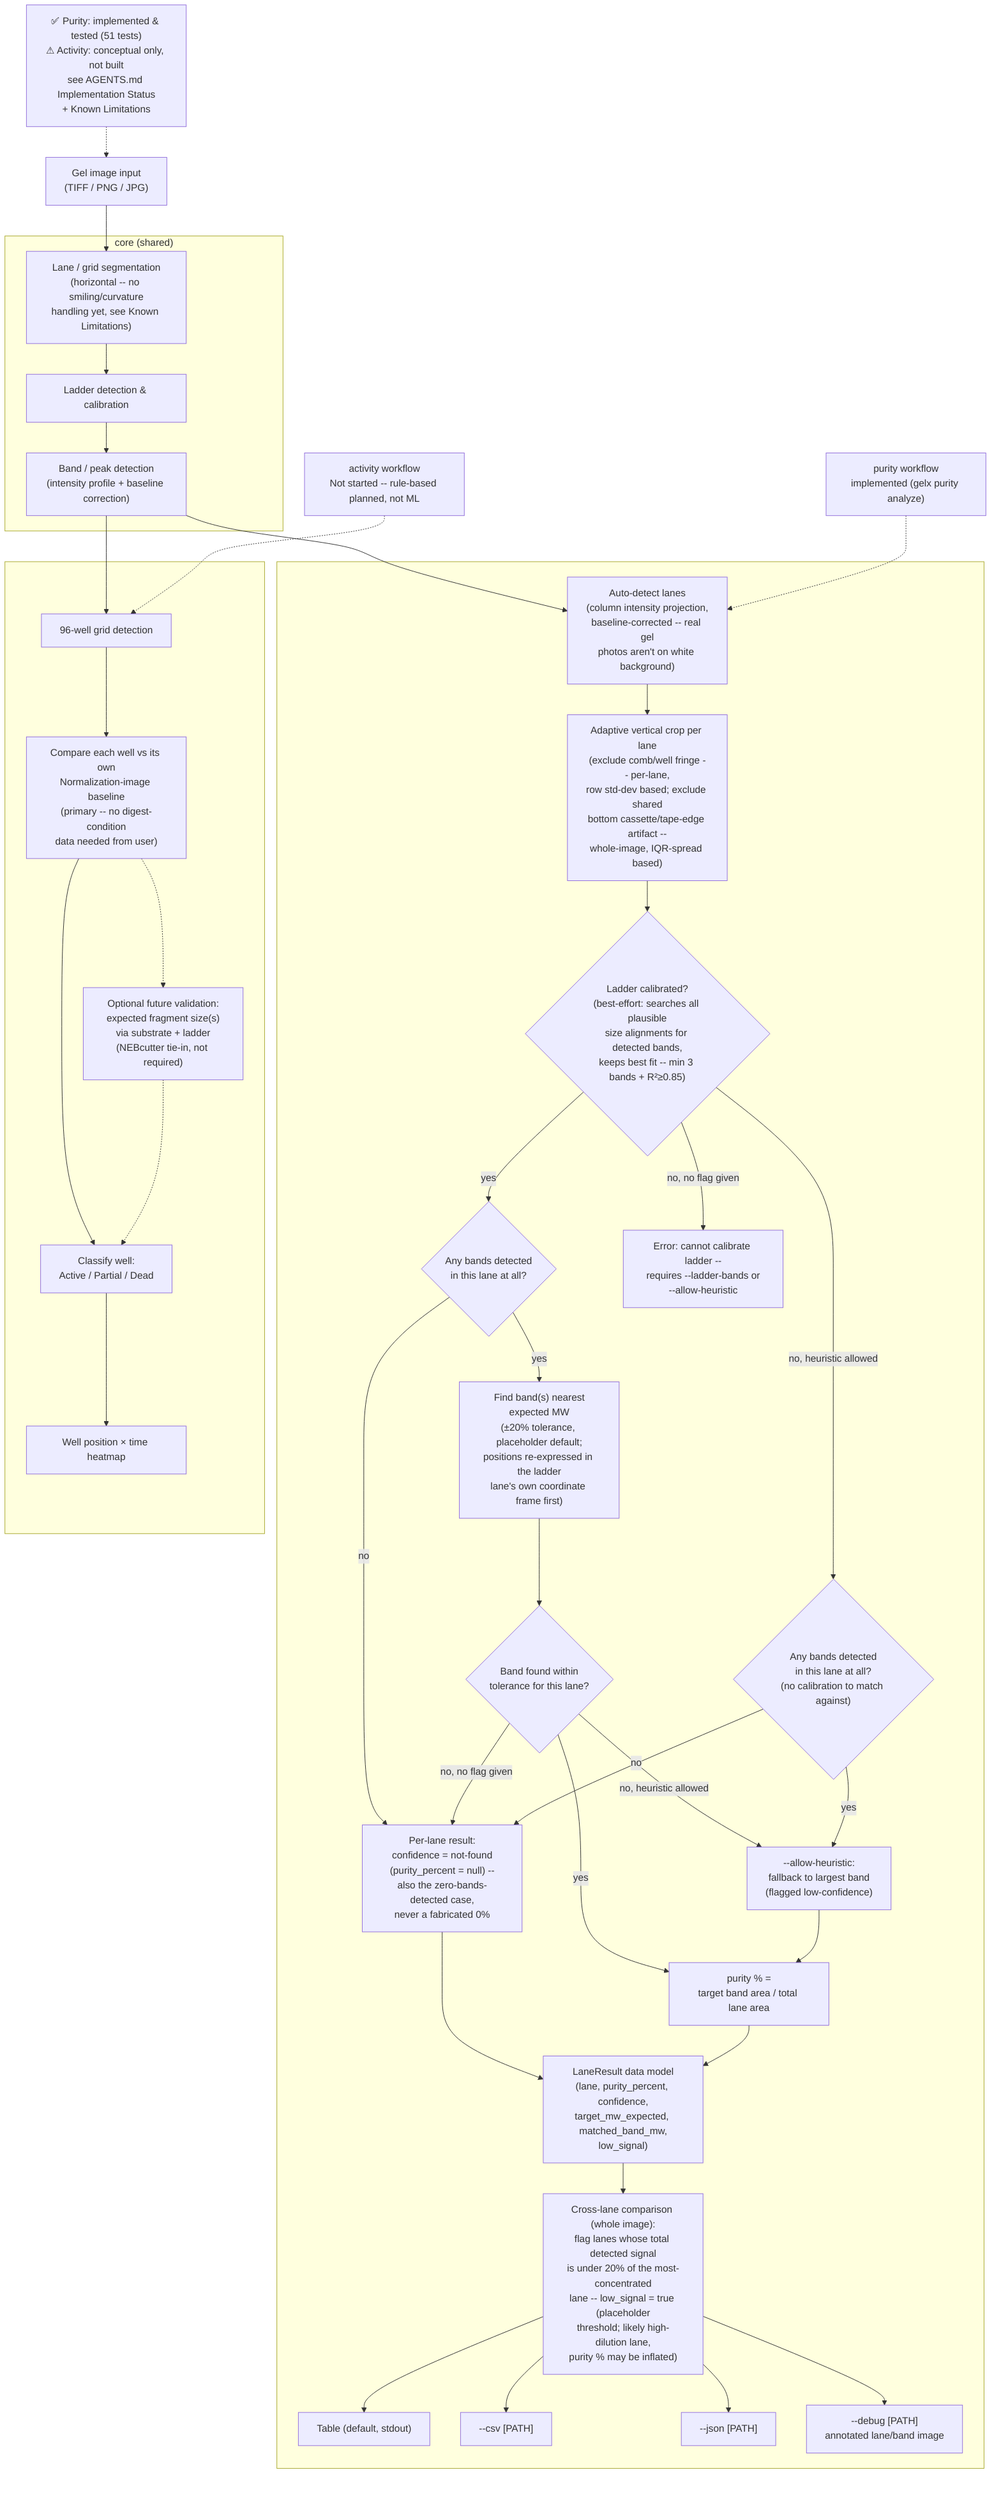
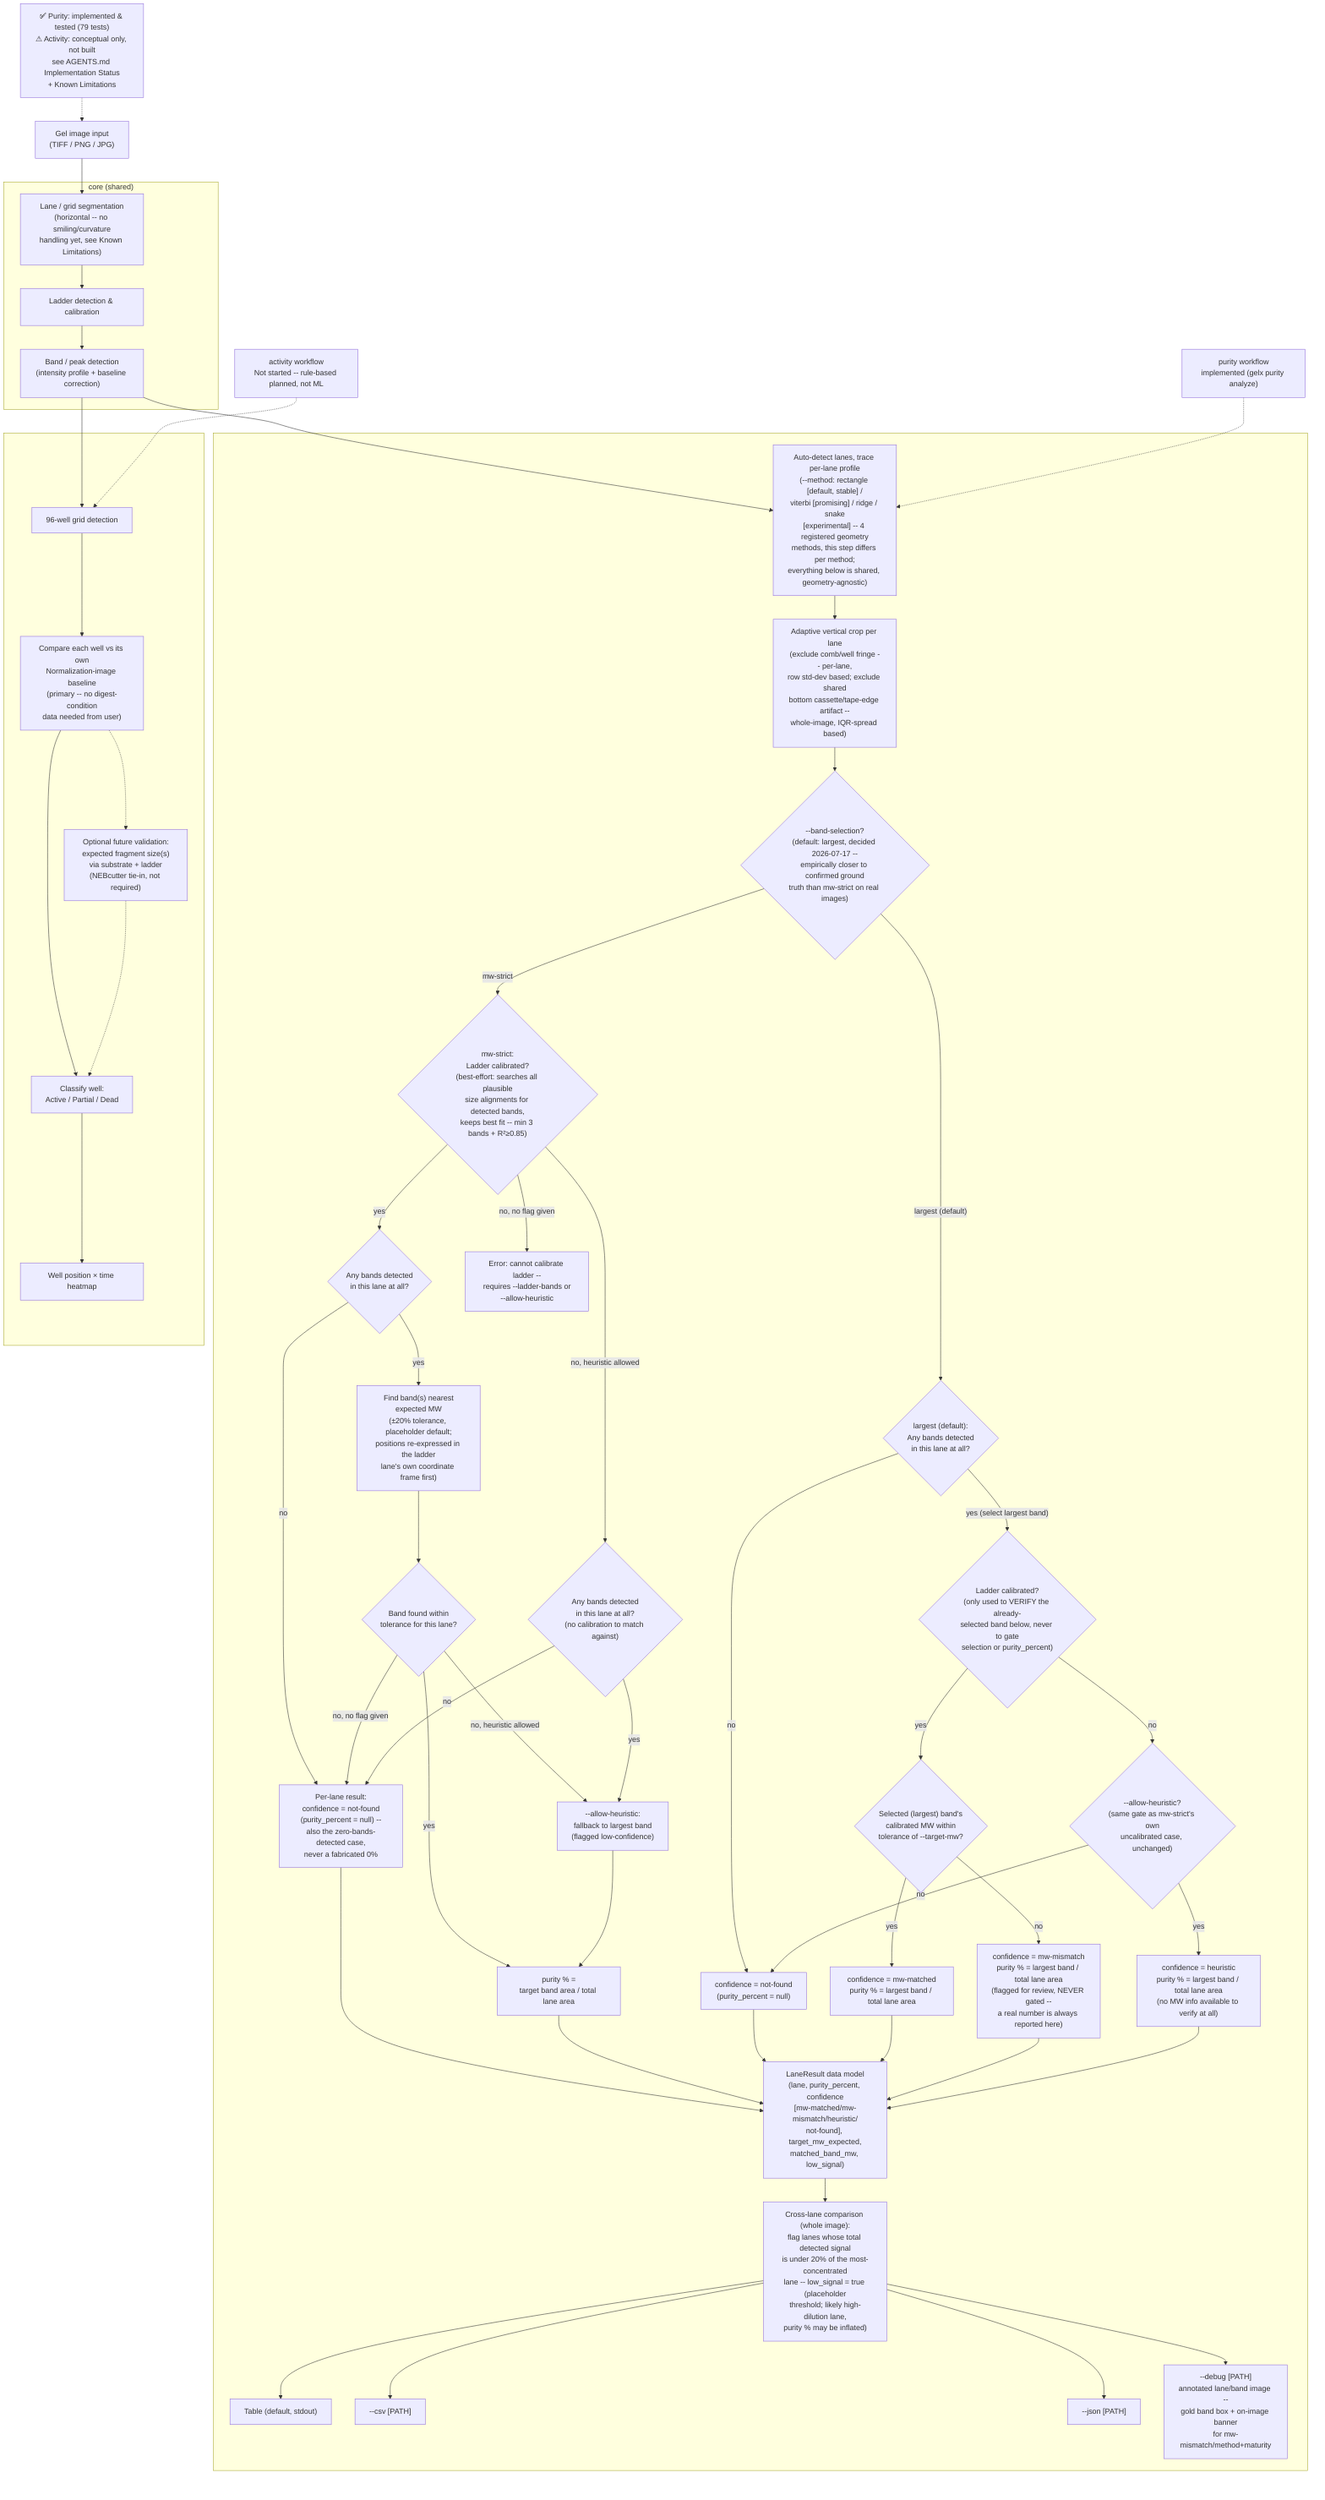
%% program-flow.mmd
%% NOTE: Reflects the purity workflow as actually implemented and tested
- %% (src/gel_extractor/, 51 tests passing) plus the activity workflow's
+ %% (src/gel_extractor/, 79 tests passing) plus the activity workflow's
%% still-conceptual design (see AGENTS.md "Design Decisions" and
%% "Implementation Status"). Not a full class/sequence diagram -- still a
%% data-flow sketch, just one grounded in working code on the purity side.
+ %% Lane-geometry method internals (rectangle/viterbi/ridge/snake) are
+ %% deliberately not drawn per-method here -- all 4 share the exact same
+ %% band-selection/purity-calc logic below via _analyze_lane_detailed, only
+ %% differing in how "Auto-detect lanes" produces its per-lane profile;
+ %% see AGENTS.md Implementation Status for that per-method detail.

flowchart TD
-     Note["✅ Purity: implemented & tested (51 tests)<br/>⚠ Activity: conceptual only, not built<br/>see AGENTS.md Implementation Status<br/>+ Known Limitations"]
+     Note["✅ Purity: implemented & tested (79 tests)<br/>⚠ Activity: conceptual only, not built<br/>see AGENTS.md Implementation Status<br/>+ Known Limitations"]

    Input["Gel image input<br/>(TIFF / PNG / JPG)"]

    subgraph Core["core (shared)"]
        Seg["Lane / grid segmentation<br/>(horizontal -- no smiling/curvature<br/>handling yet, see Known Limitations)"]
        Ladder["Ladder detection & calibration"]
        BandDet["Band / peak detection<br/>(intensity profile + baseline correction)"]
    end

    PurityLabel["purity workflow<br/>implemented (gelx purity analyze)"]
    subgraph PurityWF[" "]
-         AutoLane["Auto-detect lanes<br/>(column intensity projection,<br/>baseline-corrected -- real gel<br/>photos aren't on white background)"]
+         AutoLane["Auto-detect lanes, trace per-lane profile<br/>(--method: rectangle [default, stable] /<br/>viterbi [promising] / ridge / snake<br/>[experimental] -- 4 registered geometry<br/>methods, this step differs per method;<br/>everything below is shared, geometry-agnostic)"]
        AdaptiveCrop["Adaptive vertical crop per lane<br/>(exclude comb/well fringe -- per-lane,<br/>row std-dev based; exclude shared<br/>bottom cassette/tape-edge artifact --<br/>whole-image, IQR-spread based)"]
-         LadderCal{"Ladder calibrated?<br/>(best-effort: searches all plausible<br/>size alignments for detected bands,<br/>keeps best fit -- min 3 bands + R²≥0.85)"}
+         BandSelection{"--band-selection?<br/>(default: largest, decided 2026-07-17 --<br/>empirically closer to confirmed ground<br/>truth than mw-strict on real images)"}
+ 
+         %% "mw-strict" branch -- the original 2026-07-13 behavior, unchanged
+         LadderCal{"mw-strict:<br/>Ladder calibrated?<br/>(best-effort: searches all plausible<br/>size alignments for detected bands,<br/>keeps best fit -- min 3 bands + R²≥0.85)"}
        AnyBands{"Any bands detected<br/>in this lane at all?"}
        AnyBandsUncal{"Any bands detected<br/>in this lane at all?<br/>(no calibration to match against)"}
        MWMatch["Find band(s) nearest<br/>expected MW<br/>(±20% tolerance, placeholder default;<br/>positions re-expressed in the ladder<br/>lane's own coordinate frame first)"]
        MatchFound{"Band found within<br/>tolerance for this lane?"}
        NotFound["Per-lane result:<br/>confidence = not-found<br/>(purity_percent = null) --<br/>also the zero-bands-detected case,<br/>never a fabricated 0%"]
        Heuristic["--allow-heuristic:<br/>fallback to largest band<br/>(flagged low-confidence)"]
        ErrorOut["Error: cannot calibrate ladder --<br/>requires --ladder-bands or<br/>--allow-heuristic"]
        PurityCalc["purity % =<br/>target band area / total lane area"]
-         LaneResult["LaneResult data model<br/>(lane, purity_percent, confidence,<br/>target_mw_expected, matched_band_mw,<br/>low_signal)"]
+ 
+         %% "largest" branch -- the default since 2026-07-17
+         AnyBandsLargest{"largest (default):<br/>Any bands detected<br/>in this lane at all?"}
+         LadderCalLargest{"Ladder calibrated?<br/>(only used to VERIFY the already-<br/>selected band below, never to gate<br/>selection or purity_percent)"}
+         VerifyMW{"Selected (largest) band's<br/>calibrated MW within<br/>tolerance of --target-mw?"}
+         MwMatchedLargest["confidence = mw-matched<br/>purity % = largest band / total lane area"]
+         MwMismatch["confidence = mw-mismatch<br/>purity % = largest band / total lane area<br/>(flagged for review, NEVER gated --<br/>a real number is always reported here)"]
+         HeuristicGateLargest{"--allow-heuristic?<br/>(same gate as mw-strict's own<br/>uncalibrated case, unchanged)"}
+         HeuristicLargest["confidence = heuristic<br/>purity % = largest band / total lane area<br/>(no MW info available to verify at all)"]
+         NotFoundLargest["confidence = not-found<br/>(purity_percent = null)"]
+ 
+         LaneResult["LaneResult data model<br/>(lane, purity_percent, confidence<br/>[mw-matched/mw-mismatch/heuristic/<br/>not-found], target_mw_expected,<br/>matched_band_mw, low_signal)"]
        LowSignalFlag["Cross-lane comparison (whole image):<br/>flag lanes whose total detected signal<br/>is under 20% of the most-concentrated<br/>lane -- low_signal = true (placeholder<br/>threshold; likely high-dilution lane,<br/>purity % may be inflated)"]
        TableOut["Table (default, stdout)"]
        CsvOut["--csv [PATH]"]
        JsonOut["--json [PATH]"]
-         DebugOut["--debug [PATH]<br/>annotated lane/band image"]
+         DebugOut["--debug [PATH]<br/>annotated lane/band image --<br/>gold band box + on-image banner<br/>for mw-mismatch/method+maturity"]
    end

    ActivityLabel["activity workflow<br/>Not started -- rule-based planned, not ML"]
    subgraph ActivityWF[" "]
        GridDet["96-well grid detection"]
        Baseline["Compare each well vs its own<br/>Normalization-image baseline<br/>(primary -- no digest-condition<br/>data needed from user)"]
        ExpectedFrag["Optional future validation:<br/>expected fragment size(s)<br/>via substrate + ladder<br/>(NEBcutter tie-in, not required)"]
        Classify["Classify well:<br/>Active / Partial / Dead"]
        Heatmap["Well position × time heatmap"]
    end

    Note -.-> Input
    Input --> Seg --> Ladder --> BandDet

    BandDet --> AutoLane
    BandDet --> GridDet
    PurityLabel -.-> AutoLane
    ActivityLabel -.-> GridDet
-     AutoLane --> AdaptiveCrop --> LadderCal
+     AutoLane --> AdaptiveCrop --> BandSelection
+ 
+     BandSelection -- mw-strict --> LadderCal
    LadderCal -- yes --> AnyBands
    AnyBands -- no --> NotFound
    AnyBands -- yes --> MWMatch --> MatchFound
    MatchFound -- yes --> PurityCalc
    MatchFound -- "no, heuristic allowed" --> Heuristic --> PurityCalc
    MatchFound -- "no, no flag given" --> NotFound --> LaneResult
    LadderCal -- "no, heuristic allowed" --> AnyBandsUncal
    AnyBandsUncal -- no --> NotFound
    AnyBandsUncal -- yes --> Heuristic
    LadderCal -- "no, no flag given" --> ErrorOut
    PurityCalc --> LaneResult
+ 
+     BandSelection -- "largest (default)" --> AnyBandsLargest
+     AnyBandsLargest -- no --> NotFoundLargest --> LaneResult
+     AnyBandsLargest -- "yes (select largest band)" --> LadderCalLargest
+     LadderCalLargest -- yes --> VerifyMW
+     VerifyMW -- yes --> MwMatchedLargest --> LaneResult
+     VerifyMW -- no --> MwMismatch --> LaneResult
+     LadderCalLargest -- no --> HeuristicGateLargest
+     HeuristicGateLargest -- yes --> HeuristicLargest --> LaneResult
+     HeuristicGateLargest -- no --> NotFoundLargest
+ 
    LaneResult --> LowSignalFlag
    LowSignalFlag --> TableOut
    LowSignalFlag --> CsvOut
    LowSignalFlag --> JsonOut
    LowSignalFlag --> DebugOut
    GridDet --> Baseline --> Classify --> Heatmap
    Baseline -.-> ExpectedFrag -.-> Classify
